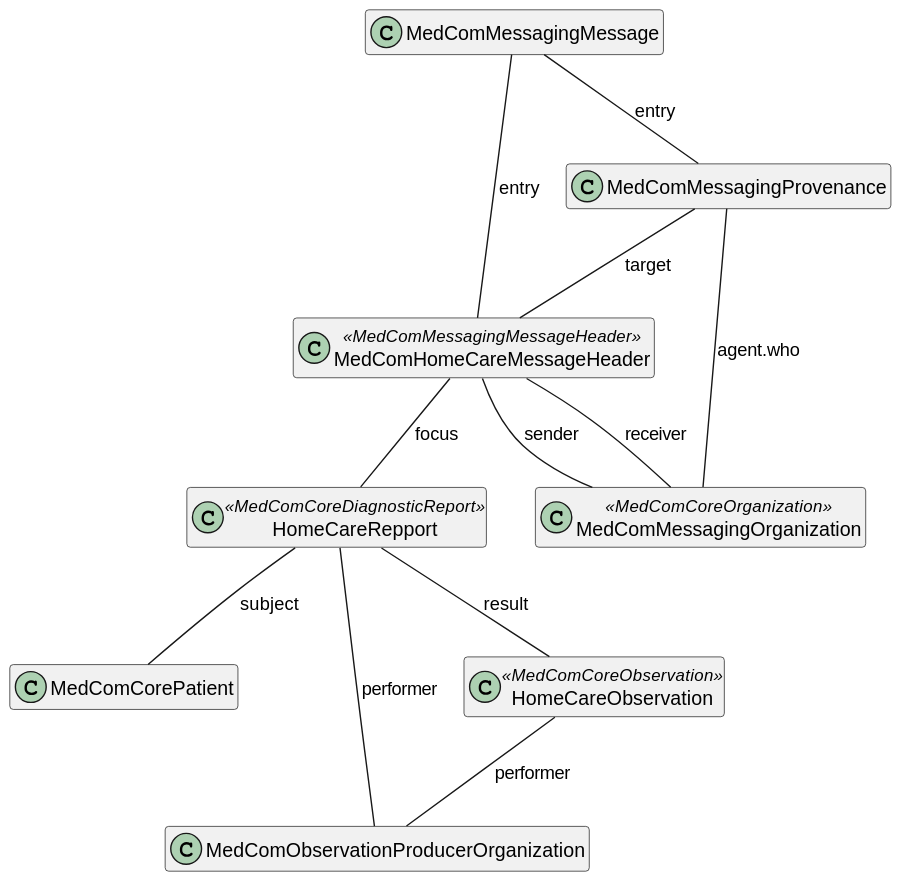
Earlier version of the PlantUML export input/images/HomeCareObservation/HomeCareObservationMessage.svg (medcomdk/dk_MunicipalityObservationResults).
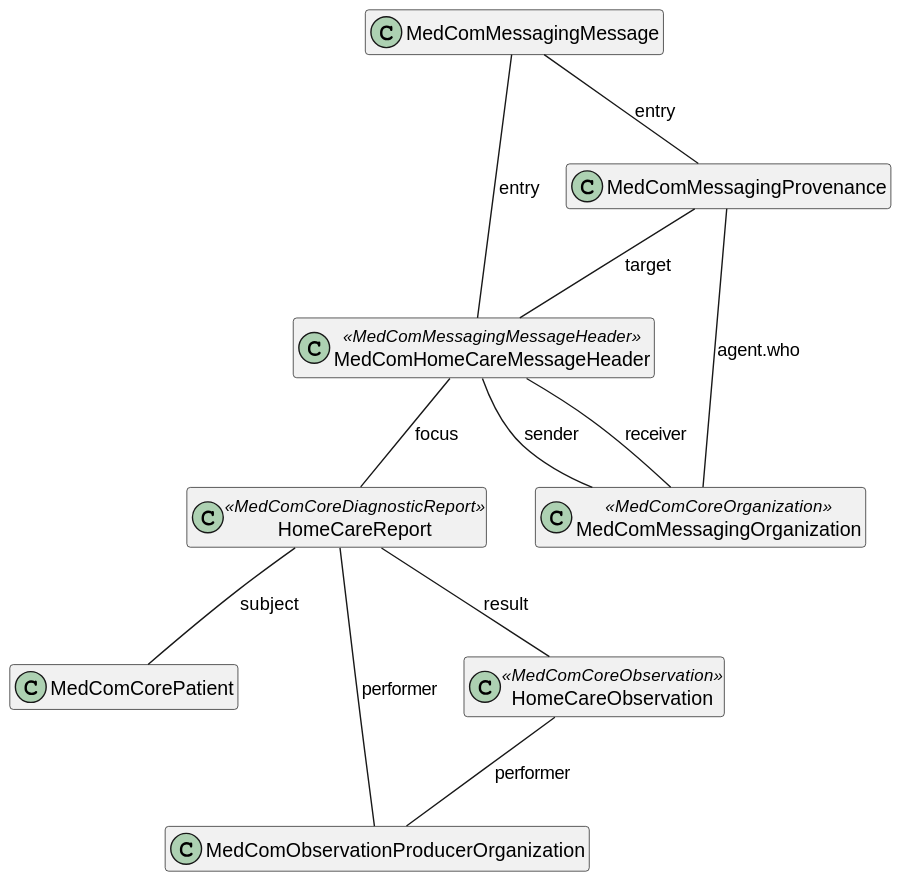
Above is the later version.

The edit, as a diff of the source:
```diff
@@ -10,7 +10,7 @@
 class "MedComMessagingOrganization" as messagingOrganization <<MedComCoreOrganization>>
 class "MedComCorePatient" as patient
 class "MedComObservationProducerOrganization" as organization
-class "HomeCareRepport" as diagnosticReport <<MedComCoreDiagnosticReport>>
+class "HomeCareReport" as diagnosticReport <<MedComCoreDiagnosticReport>>
 class "HomeCareObservation" as coreobservation <<MedComCoreObservation>>
 
 message -- messageheader : "entry"
```
